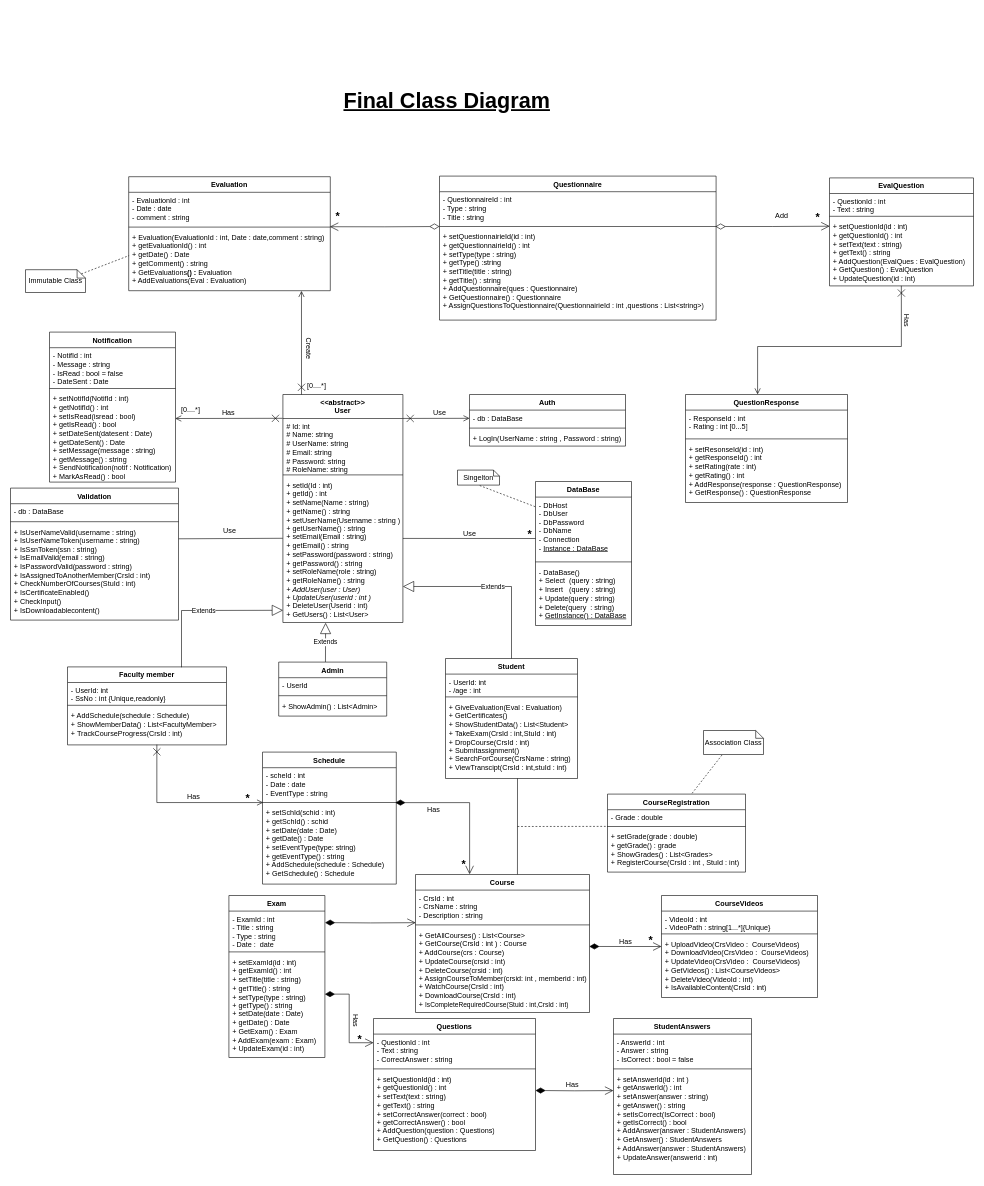
Above: page "FinalVersion" (3 of 3) of Diagrams/ClassDiagram.drawio in Youssefmohamed430/Learning-Management-System (draw.io), before the change. Source tidied: cells renumbered, new cells numbered last; positions are measured from the earlier drawing's top-left corner, leaving out a move shared by most shapes. Both pictures are drawn from the tidied source at 60%, with x=0, y=0 at pixel (10, 82).
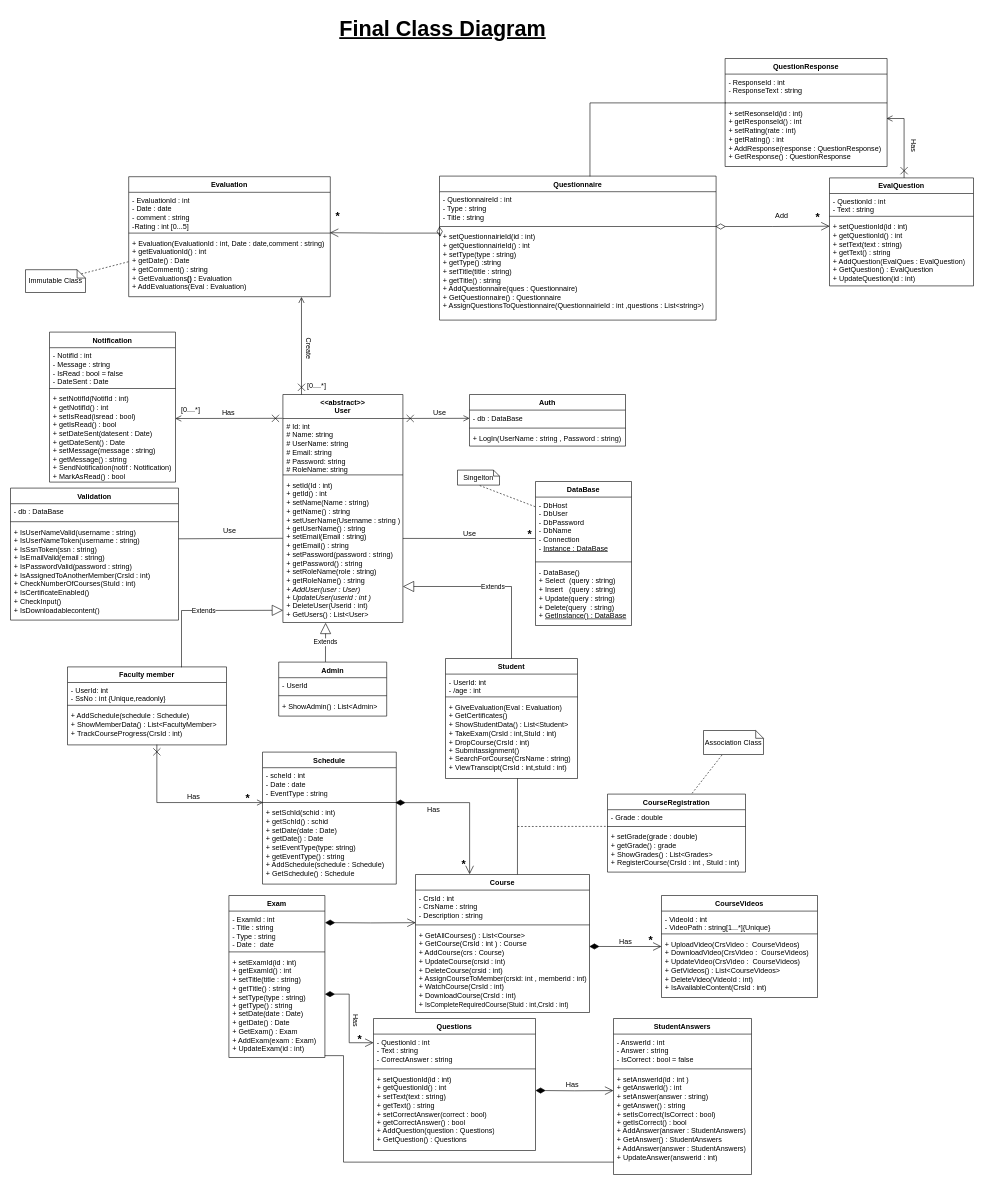
The same page after the edit.

The change refers to these unchanged cells:
```xml
<mxCell id="29" value="+ setExamId(id : int)&lt;div&gt;+ getExamId() : int&lt;/div&gt;&lt;div&gt;+ setTitle(title : string)&lt;/div&gt;&lt;div&gt;+ getTitle() : string&lt;/div&gt;&lt;div&gt;+ setType(type : string)&lt;/div&gt;&lt;div&gt;+ getType() : string&lt;/div&gt;&lt;div&gt;+ setDate(date : Date)&lt;br&gt;+ getDate() : Date&lt;br&gt;+ GetExam() : Exam&lt;br&gt;&lt;div&gt;+ AddExam(exam : Exam)&lt;/div&gt;&lt;div&gt;+ UpdateExam(id : int)&lt;/div&gt;&lt;/div&gt;" style="text;strokeColor=none;fillColor=none;align=left;verticalAlign=top;spacingLeft=4;spacingRight=4;overflow=hidden;points=[[0,0.5],[1,0.5]];portConstraint=eastwest;whiteSpace=wrap;html=1;" parent="26" vertex="1">
  <mxGeometry y="98" width="160" height="172" as="geometry" />
</mxCell>
<mxCell id="33" value="+ setAnswerId(id : int )&lt;div&gt;+ getAnswerId() : int&amp;nbsp;&lt;/div&gt;&lt;div&gt;+ setAnswer(answer : string)&lt;br&gt;+ getAnswer() : string&lt;br&gt;+ setIsCorrect(IsCorrect : bool)&lt;br&gt;+ getIsCorrect() : bool&lt;br&gt;+ AddAnswer(answer :&amp;nbsp;&lt;span style=&quot;text-align: center; background-color: transparent; color: light-dark(rgb(0, 0, 0), rgb(255, 255, 255));&quot;&gt;StudentAnswers&lt;/span&gt;&lt;span style=&quot;background-color: transparent; color: light-dark(rgb(0, 0, 0), rgb(255, 255, 255));&quot;&gt;)&lt;/span&gt;&lt;/div&gt;&lt;div&gt;+ GetAnswer() :&amp;nbsp;&lt;span style=&quot;text-align: center;&quot;&gt;StudentAnswers&lt;/span&gt;&lt;br&gt;+ AddAnswer(answer :&amp;nbsp;&lt;span style=&quot;text-align: center; background-color: transparent; color: light-dark(rgb(0, 0, 0), rgb(255, 255, 255));&quot;&gt;StudentAnswers&lt;/span&gt;&lt;span style=&quot;background-color: transparent; color: light-dark(rgb(0, 0, 0), rgb(255, 255, 255));&quot;&gt;)&lt;/span&gt;&lt;/div&gt;&lt;div&gt;+ UpdateAnswer(answerid : int)&lt;/div&gt;" style="text;strokeColor=none;fillColor=none;align=left;verticalAlign=top;spacingLeft=4;spacingRight=4;overflow=hidden;points=[[0,0.5],[1,0.5]];portConstraint=eastwest;whiteSpace=wrap;html=1;" parent="30" vertex="1">
  <mxGeometry y="88" width="230" height="172" as="geometry" />
</mxCell>
<mxCell id="42" value="Questionnaire" style="swimlane;fontStyle=1;align=center;verticalAlign=top;horizontal=1;startSize=26;whiteSpace=wrap;html=1;" parent="1" vertex="1">
  <mxGeometry x="715" y="156" width="461" height="240" as="geometry" />
</mxCell>
<mxCell id="46" value="EvalQuestion" style="swimlane;fontStyle=1;align=center;verticalAlign=top;horizontal=1;startSize=26;whiteSpace=wrap;html=1;" parent="1" vertex="1">
  <mxGeometry x="1365" y="159" width="240" height="180" as="geometry" />
</mxCell>
<mxCell id="49" value="+ setQuestionId(id : int)&lt;div&gt;+ getQuestionId() : int&amp;nbsp;&lt;br&gt;+ setText(text : string)&lt;br&gt;+ getText() : string&lt;br&gt;+ AddQuestion(EvalQues : EvalQuestion)&lt;br&gt;+ GetQuestion() : EvalQuestion&lt;br&gt;+ UpdateQuestion(id : int)&lt;/div&gt;" style="text;strokeColor=none;fillColor=none;align=left;verticalAlign=top;spacingLeft=4;spacingRight=4;overflow=hidden;points=[[0,0.5],[1,0.5]];portConstraint=eastwest;whiteSpace=wrap;html=1;" parent="46" vertex="1">
  <mxGeometry y="68" width="240" height="112" as="geometry" />
</mxCell>
<mxCell id="52" style="line;strokeWidth=1;fillColor=none;align=left;verticalAlign=middle;spacingTop=-1;spacingLeft=3;spacingRight=3;labelPosition=right;points=[];portConstraint=eastwest;strokeColor=inherit;" parent="50" vertex="1">
  <mxGeometry y="70" width="270" height="8" as="geometry" />
</mxCell>
```

Diff of the diagram source:
```diff
@@
     <mxCell id="38" value="Evaluation" style="swimlane;fontStyle=1;align=center;verticalAlign=top;horizontal=1;startSize=26;whiteSpace=wrap;html=1;" parent="1" vertex="1">
-      <mxGeometry x="197" y="157" width="336" height="190" as="geometry" />
+      <mxGeometry x="197" y="157" width="336" height="200" as="geometry" />
     </mxCell>
-    <mxCell id="39" value="- EvaluationId : int&lt;div&gt;- Date : date&lt;/div&gt;&lt;div&gt;- comment : string&lt;/div&gt;" style="text;strokeColor=none;fillColor=none;align=left;verticalAlign=top;spacingLeft=4;spacingRight=4;overflow=hidden;whiteSpace=wrap;html=1;" parent="38" vertex="1">
-      <mxGeometry y="26" width="336" height="54" as="geometry" />
+    <mxCell id="39" value="- EvaluationId : int&lt;div&gt;- Date : date&lt;/div&gt;&lt;div&gt;- comment : string&lt;br&gt;-Rating : int [&lt;span style=&quot;background-color: transparent; color: light-dark(rgb(0, 0, 0), rgb(255, 255, 255));&quot;&gt;0...5&lt;/span&gt;&lt;span style=&quot;background-color: transparent; color: light-dark(rgb(0, 0, 0), rgb(255, 255, 255));&quot;&gt;]&lt;/span&gt;&lt;/div&gt;" style="text;strokeColor=none;fillColor=none;align=left;verticalAlign=top;spacingLeft=4;spacingRight=4;overflow=hidden;whiteSpace=wrap;html=1;" parent="38" vertex="1">
+      <mxGeometry y="26" width="336" height="64" as="geometry" />
     </mxCell>
     <mxCell id="40" style="line;strokeWidth=1;fillColor=none;align=left;verticalAlign=middle;spacingTop=-1;spacingLeft=3;spacingRight=3;labelPosition=right;points=[];portConstraint=eastwest;strokeColor=inherit;" parent="38" vertex="1">
-      <mxGeometry y="80" width="336" height="8" as="geometry" />
+      <mxGeometry y="90" width="336" height="8" as="geometry" />
     </mxCell>
     <mxCell id="41" value="&lt;div&gt;+ Evaluation(&lt;span style=&quot;background-color: transparent; color: light-dark(rgb(0, 0, 0), rgb(255, 255, 255));&quot;&gt;EvaluationId : int,&lt;/span&gt;&lt;span style=&quot;background-color: transparent; color: light-dark(rgb(0, 0, 0), rgb(255, 255, 255));&quot;&gt;&amp;nbsp;Date : date,&lt;/span&gt;&lt;span style=&quot;background-color: transparent; color: light-dark(rgb(0, 0, 0), rgb(255, 255, 255));&quot;&gt;comment : string&lt;/span&gt;&lt;span style=&quot;background-color: transparent; color: light-dark(rgb(0, 0, 0), rgb(255, 255, 255));&quot;&gt;)&lt;/span&gt;&lt;/div&gt;&lt;div&gt;+ getEvaluationId() : int&lt;br&gt;+ getDate() : Date&lt;/div&gt;&lt;div&gt;+ getComment() : string&lt;/div&gt;&lt;div&gt;+ Get&lt;span style=&quot;text-align: center;&quot;&gt;Evaluations&lt;/span&gt;&lt;span style=&quot;text-align: center;&quot;&gt;&lt;b&gt;(&lt;/b&gt;&lt;b&gt;) : &lt;/b&gt;Evaluation&lt;br&gt;+ AddEvaluations(&lt;/span&gt;&lt;span style=&quot;background-color: transparent; color: light-dark(rgb(0, 0, 0), rgb(255, 255, 255)); text-align: center;&quot;&gt;Eval :&lt;/span&gt;&lt;b style=&quot;background-color: transparent; color: light-dark(rgb(0, 0, 0), rgb(255, 255, 255)); text-align: center;&quot;&gt;&amp;nbsp;&lt;/b&gt;&lt;span style=&quot;background-color: transparent; color: light-dark(rgb(0, 0, 0), rgb(255, 255, 255)); text-align: center;&quot;&gt;Evaluation&lt;/span&gt;&lt;span style=&quot;text-align: center; background-color: transparent; color: light-dark(rgb(0, 0, 0), rgb(255, 255, 255));&quot;&gt;)&lt;/span&gt;&lt;/div&gt;" style="text;strokeColor=none;fillColor=none;align=left;verticalAlign=top;spacingLeft=4;spacingRight=4;overflow=hidden;points=[[0,0.5],[1,0.5]];portConstraint=eastwest;whiteSpace=wrap;html=1;" parent="38" vertex="1">
-      <mxGeometry y="88" width="336" height="102" as="geometry" />
+      <mxGeometry y="98" width="336" height="102" as="geometry" />
     </mxCell>
@@
     <mxCell id="50" value="QuestionResponse" style="swimlane;fontStyle=1;align=center;verticalAlign=top;horizontal=1;startSize=26;whiteSpace=wrap;html=1;" parent="1" vertex="1">
-      <mxGeometry x="1125" y="520" width="270" height="180" as="geometry" />
+      <mxGeometry x="1191" y="-40" width="270" height="180" as="geometry" />
     </mxCell>
-    <mxCell id="51" value="- ResponseId : int&lt;div&gt;- Rating : int [0...5]&lt;/div&gt;" style="text;strokeColor=none;fillColor=none;align=left;verticalAlign=top;spacingLeft=4;spacingRight=4;overflow=hidden;whiteSpace=wrap;html=1;" parent="50" vertex="1">
+    <mxCell id="51" value="- ResponseId : int&lt;div&gt;- ResponseText : string&lt;/div&gt;" style="text;strokeColor=none;fillColor=none;align=left;verticalAlign=top;spacingLeft=4;spacingRight=4;overflow=hidden;whiteSpace=wrap;html=1;" parent="50" vertex="1">
       <mxGeometry y="26" width="270" height="44" as="geometry" />
     </mxCell>
@@
     <mxCell id="66" value="&lt;font style=&quot;font-size: 36px;&quot;&gt;&lt;b&gt;&lt;u&gt;Final Class Diagram&lt;/u&gt;&lt;/b&gt;&lt;/font&gt;" style="text;html=1;align=center;verticalAlign=middle;strokeColor=none;fillColor=none;" parent="1" vertex="1">
-      <mxGeometry x="542" width="370" height="60" as="geometry" />
+      <mxGeometry x="535" y="-120" width="370" height="60" as="geometry" />
     </mxCell>
@@
-    <mxCell id="123" style="endArrow=open;startArrow=cross;endFill=0;startFill=0;endSize=8;startSize=10;html=1;rounded=0;exitX=0.499;exitY=0.999;exitDx=0;exitDy=0;exitPerimeter=0;entryX=0.445;entryY=-0.001;entryDx=0;entryDy=0;entryPerimeter=0;edgeStyle=orthogonalEdgeStyle;" parent="1" edge="1" source="49" target="50">
+    <mxCell id="123" style="endArrow=open;startArrow=cross;endFill=0;startFill=0;endSize=8;startSize=10;html=1;rounded=0;exitX=0.518;exitY=0;exitDx=0;exitDy=0;exitPerimeter=0;edgeStyle=orthogonalEdgeStyle;" parent="1" edge="1" source="46">
       <mxGeometry relative="1" as="geometry">
+        <mxPoint x="1460" y="60" as="targetPoint" />
         <Array as="points">
-          <mxPoint x="1485" y="440" />
-          <mxPoint x="1245" y="440" />
+          <mxPoint x="1489" y="60" />
         </Array>
       </mxGeometry>
     </mxCell>
     <mxCell id="124" value="Has" style="text;html=1;align=center;verticalAlign=middle;strokeColor=none;fillColor=none;rotation=90;" parent="1" vertex="1">
-      <mxGeometry x="1473" y="381" width="40" height="30" as="geometry" />
+      <mxGeometry x="1485" y="90" width="40" height="30" as="geometry" />
     </mxCell>
+    <mxCell id="125" style="endArrow=none;html=1;rounded=0;entryX=0.004;entryY=0.503;entryDx=0;entryDy=0;entryPerimeter=0;exitX=0.544;exitY=0.002;exitDx=0;exitDy=0;exitPerimeter=0;edgeStyle=orthogonalEdgeStyle;" parent="1" edge="1" source="42" target="52">
+      <mxGeometry relative="1" as="geometry" />
+    </mxCell>
+    <mxCell id="126" style="endArrow=none;html=1;rounded=0;entryX=0.999;entryY=0.982;entryDx=0;entryDy=0;entryPerimeter=0;exitX=0.001;exitY=0.88;exitDx=0;exitDy=0;exitPerimeter=0;edgeStyle=orthogonalEdgeStyle;" parent="1" edge="1" source="33" target="29">
+      <mxGeometry relative="1" as="geometry">
+        <Array as="points">
+          <mxPoint x="555" y="1799" />
+          <mxPoint x="555" y="1622" />
+        </Array>
+      </mxGeometry>
+    </mxCell>
```
